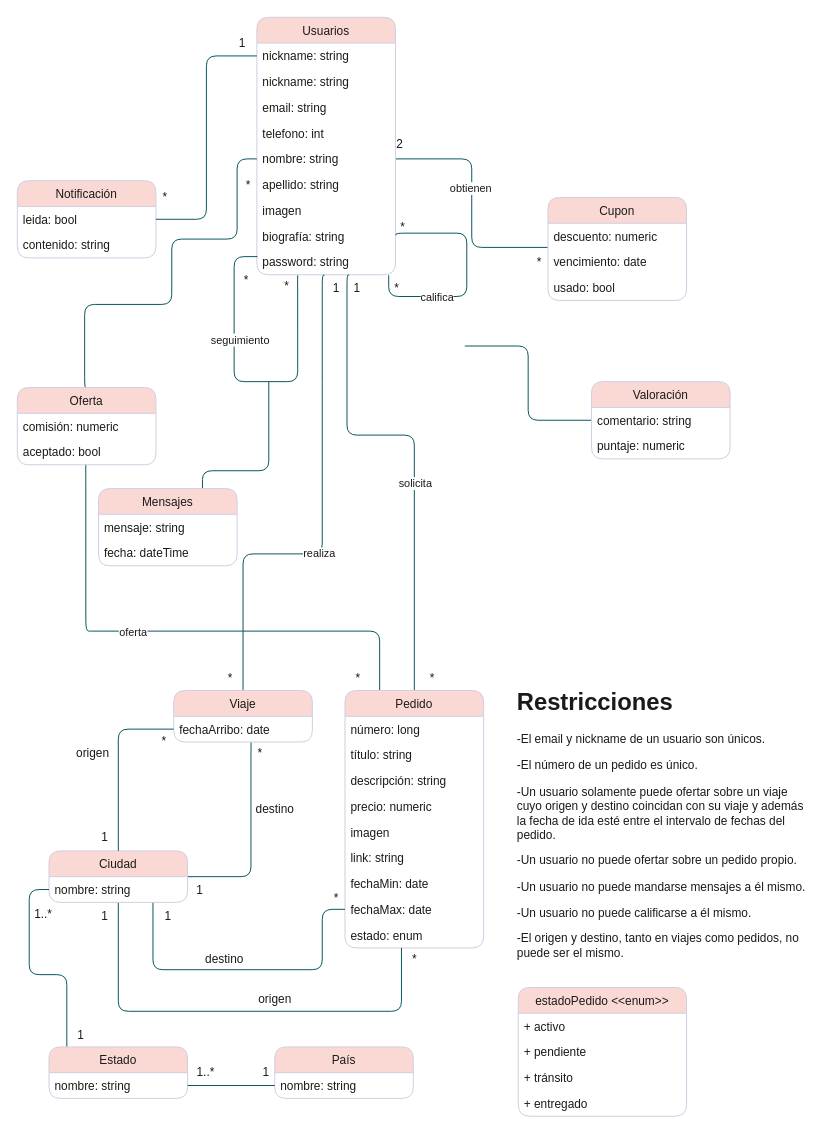
Earlier version of the draw.io diagram Analisis.drawio (CintiaLeal/TallerPHP). Source tidied: cells renumbered, new cells numbered last; positions are measured from the earlier drawing's top-left corner, leaving out a move shared by most shapes. Both pictures are drawn from the tidied source at 99%, with x=0, y=0 at pixel (17, 17).
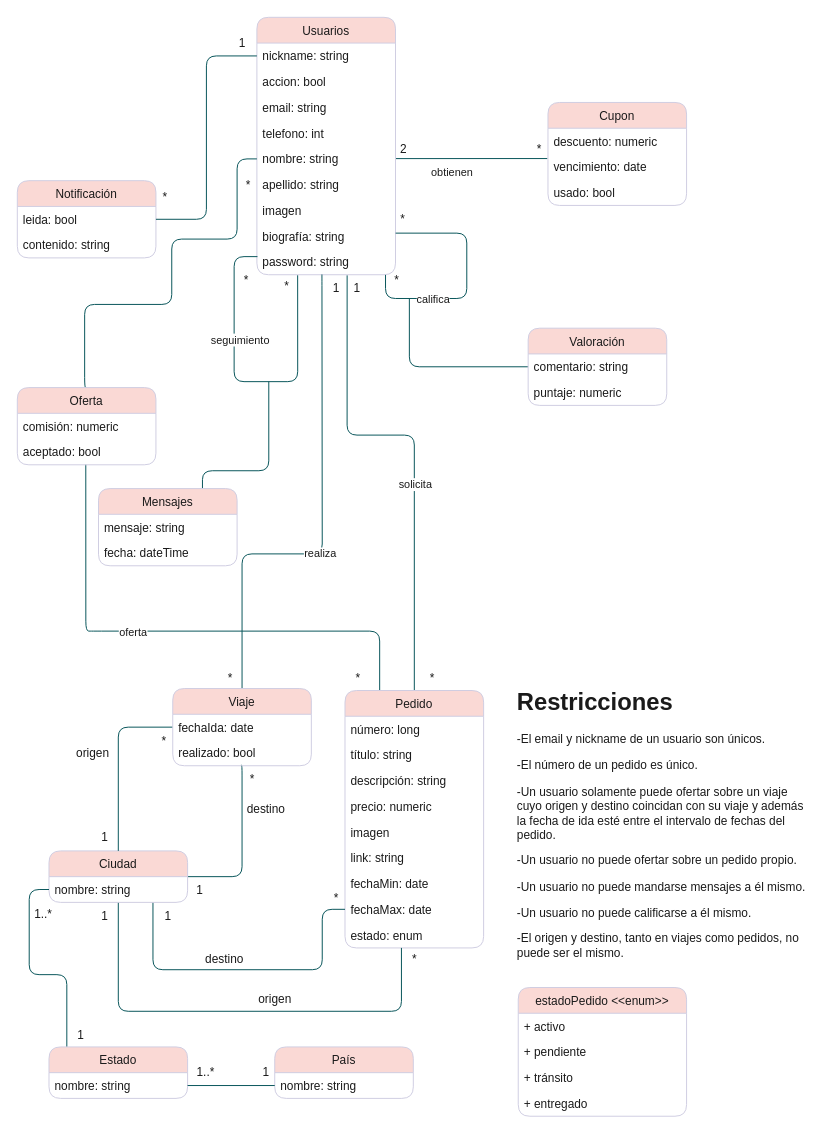
Above is the later version.

Commit message (it also covers changes not shown here):
modelo de dominio

The change refers to these unchanged cells:
```xml
<mxCell id="5" value="Usuarios" style="swimlane;fontStyle=0;horizontal=1;startSize=26;fillColor=#FAD9D5;fontColor=#1A1A1A;strokeColor=#D0CEE2;rounded=1;" parent="1" vertex="1">
  <mxGeometry x="242" width="140" height="260" as="geometry" />
</mxCell>
<mxCell id="10" value="nombre: string" style="text;strokeColor=none;fillColor=none;align=left;verticalAlign=top;spacingLeft=4;spacingRight=4;overflow=hidden;points=[[0,0.5],[1,0.5]];portConstraint=eastwest;fontColor=#1A1A1A;rounded=1;" parent="5" vertex="1">
  <mxGeometry y="130" width="140" height="26" as="geometry" />
</mxCell>
<mxCell id="13" value="biografía: string" style="text;strokeColor=none;fillColor=none;align=left;verticalAlign=top;spacingLeft=4;spacingRight=4;overflow=hidden;points=[[0,0.5],[1,0.5]];portConstraint=eastwest;fontColor=#1A1A1A;rounded=1;" parent="5" vertex="1">
  <mxGeometry y="208" width="140" height="26" as="geometry" />
</mxCell>
<mxCell id="14" value="password: string" style="text;strokeColor=none;fillColor=none;align=left;verticalAlign=top;spacingLeft=4;spacingRight=4;overflow=hidden;points=[[0,0.5],[1,0.5]];portConstraint=eastwest;fontColor=#1A1A1A;rounded=1;" parent="5" vertex="1">
  <mxGeometry y="234" width="140" height="26" as="geometry" />
</mxCell>
<mxCell id="25" value="Pedido" style="swimlane;fontStyle=0;horizontal=1;startSize=26;fillColor=#FAD9D5;fontColor=#1A1A1A;strokeColor=#D0CEE2;rounded=1;" parent="1" vertex="1">
  <mxGeometry x="331" y="680" width="140" height="260" as="geometry" />
</mxCell>
<mxCell id="38" value="descuento: numeric" style="text;strokeColor=none;fillColor=none;align=left;verticalAlign=top;spacingLeft=4;spacingRight=4;overflow=hidden;points=[[0,0.5],[1,0.5]];portConstraint=eastwest;fontColor=#1A1A1A;rounded=1;" parent="37" vertex="1">
  <mxGeometry y="26" width="140" height="26" as="geometry" />
</mxCell>
<mxCell id="39" value="vencimiento: date" style="text;strokeColor=none;fillColor=none;align=left;verticalAlign=top;spacingLeft=4;spacingRight=4;overflow=hidden;points=[[0,0.5],[1,0.5]];portConstraint=eastwest;fontColor=#1A1A1A;rounded=1;" parent="37" vertex="1">
  <mxGeometry y="52" width="140" height="26" as="geometry" />
</mxCell>
<mxCell id="43" value="comentario: string" style="text;strokeColor=none;fillColor=none;align=left;verticalAlign=top;spacingLeft=4;spacingRight=4;overflow=hidden;points=[[0,0.5],[1,0.5]];portConstraint=eastwest;fontColor=#1A1A1A;rounded=1;" parent="42" vertex="1">
  <mxGeometry y="26" width="140" height="26" as="geometry" />
</mxCell>
<mxCell id="60" value="Ciudad" style="swimlane;fontStyle=0;horizontal=1;startSize=26;fillColor=#FAD9D5;fontColor=#1A1A1A;strokeColor=#D0CEE2;rounded=1;" parent="1" vertex="1">
  <mxGeometry x="32" y="842" width="140" height="52" as="geometry" />
</mxCell>
```

Change to the diagram source:
```diff
@@
-    <mxCell id="2" style="edgeStyle=orthogonalEdgeStyle;sketch=0;jettySize=auto;html=1;exitX=1;exitY=0.5;exitDx=0;exitDy=0;entryX=0;entryY=0.938;entryDx=0;entryDy=0;fontColor=#1A1A1A;strokeColor=#09555B;entryPerimeter=0;endArrow=none;endFill=0;" parent="1" edge="1" source="10" target="38">
-      <mxGeometry relative="1" as="geometry" />
+    <mxCell id="2" style="edgeStyle=orthogonalEdgeStyle;sketch=0;jettySize=auto;html=1;exitX=1;exitY=0.5;exitDx=0;exitDy=0;entryX=-0.004;entryY=0.179;entryDx=0;entryDy=0;fontColor=#1A1A1A;strokeColor=#09555B;entryPerimeter=0;endArrow=none;endFill=0;" parent="1" edge="1" source="10" target="39">
+      <mxGeometry relative="1" as="geometry">
+        <Array as="points">
+          <mxPoint x="535" y="143" />
+        </Array>
+      </mxGeometry>
     </mxCell>
     <mxCell id="3" value="obtienen" style="edgeLabel;html=1;align=center;verticalAlign=middle;fontColor=#1A1A1A;rounded=1;" parent="2" vertex="1">
       <mxGeometry x="-0.23" relative="1" as="geometry">
-        <mxPoint x="-2" y="12" as="offset" />
+        <mxPoint x="-2" y="14" as="offset" />
       </mxGeometry>
     </mxCell>
@@
-    <mxCell id="7" value="nickname: string" style="text;strokeColor=none;fillColor=none;align=left;verticalAlign=top;spacingLeft=4;spacingRight=4;overflow=hidden;fontColor=#1A1A1A;rounded=1;" parent="5" vertex="1">
+    <mxCell id="7" value="accion: bool" style="text;strokeColor=none;fillColor=none;align=left;verticalAlign=top;spacingLeft=4;spacingRight=4;overflow=hidden;fontColor=#1A1A1A;rounded=1;" parent="5" vertex="1">
       <mxGeometry y="52" width="140" height="26" as="geometry" />
     </mxCell>
@@
+    <mxCell id="17" style="edgeStyle=orthogonalEdgeStyle;curved=0;sketch=0;orthogonalLoop=1;jettySize=auto;html=1;entryX=0.004;entryY=0.297;entryDx=0;entryDy=0;fontColor=#1A1A1A;startArrow=none;startFill=0;strokeColor=#09555B;endArrow=none;endFill=0;entryPerimeter=0;exitX=0.294;exitY=1.023;exitDx=0;exitDy=0;exitPerimeter=0;" parent="5" edge="1" source="14" target="14">
+      <mxGeometry relative="1" as="geometry">
+        <Array as="points">
+          <mxPoint x="41" y="368" />
+          <mxPoint x="-23" y="368" />
+          <mxPoint x="-23" y="242" />
+        </Array>
+      </mxGeometry>
+    </mxCell>
+    <mxCell id="18" value="seguimiento" style="edgeLabel;html=1;align=center;verticalAlign=middle;fontColor=#1A1A1A;rounded=1;" parent="17" vertex="1">
+      <mxGeometry x="0.19" y="-1" relative="1" as="geometry">
+        <mxPoint x="4" y="-23" as="offset" />
+      </mxGeometry>
+    </mxCell>
-    <mxCell id="15" style="edgeStyle=orthogonalEdgeStyle;sketch=0;jettySize=auto;html=1;exitX=1.004;exitY=0.465;exitDx=0;exitDy=0;fontColor=#1A1A1A;startArrow=none;startFill=0;strokeColor=#09555B;endArrow=none;endFill=0;entryX=0.951;entryY=1.021;entryDx=0;entryDy=0;exitPerimeter=0;entryPerimeter=0;" parent="5" edge="1" source="13" target="14">
+    <mxCell id="15" style="edgeStyle=orthogonalEdgeStyle;sketch=0;jettySize=auto;html=1;fontColor=#1A1A1A;startArrow=none;startFill=0;strokeColor=#09555B;endArrow=none;endFill=0;entryX=0.928;entryY=1.009;entryDx=0;entryDy=0;entryPerimeter=0;exitX=1.001;exitY=0.384;exitDx=0;exitDy=0;exitPerimeter=0;" parent="5" edge="1" source="13" target="14">
       <mxGeometry relative="1" as="geometry">
         <Array as="points">
-          <mxPoint x="141" y="218" />
           <mxPoint x="212" y="218" />
-          <mxPoint x="212" y="282" />
-          <mxPoint x="133" y="282" />
+          <mxPoint x="212" y="284" />
+          <mxPoint x="130" y="284" />
+          <mxPoint x="130" y="260" />
         </Array>
       </mxGeometry>
     </mxCell>
@@
-    <mxCell id="17" style="edgeStyle=orthogonalEdgeStyle;curved=0;sketch=0;orthogonalLoop=1;jettySize=auto;html=1;entryX=0.004;entryY=0.297;entryDx=0;entryDy=0;fontColor=#1A1A1A;startArrow=none;startFill=0;strokeColor=#09555B;endArrow=none;endFill=0;entryPerimeter=0;exitX=0.294;exitY=1.023;exitDx=0;exitDy=0;exitPerimeter=0;" parent="5" edge="1" source="14" target="14">
-      <mxGeometry relative="1" as="geometry">
-        <Array as="points">
-          <mxPoint x="41" y="368" />
-          <mxPoint x="-23" y="368" />
-          <mxPoint x="-23" y="242" />
-        </Array>
-      </mxGeometry>
-    </mxCell>
-    <mxCell id="18" value="seguimiento" style="edgeLabel;html=1;align=center;verticalAlign=middle;fontColor=#1A1A1A;rounded=1;" parent="17" vertex="1">
-      <mxGeometry x="0.19" y="-1" relative="1" as="geometry">
-        <mxPoint x="4" y="-23" as="offset" />
-      </mxGeometry>
-    </mxCell>
@@
-    <mxCell id="21" style="edgeStyle=orthogonalEdgeStyle;sketch=0;jettySize=auto;html=1;entryX=0.5;entryY=0;entryDx=0;entryDy=0;fontColor=#1A1A1A;strokeColor=#09555B;endArrow=none;endFill=0;exitX=0.488;exitY=1.022;exitDx=0;exitDy=0;exitPerimeter=0;" parent="1" edge="1" source="14" target="35">
+    <mxCell id="21" style="edgeStyle=orthogonalEdgeStyle;sketch=0;jettySize=auto;html=1;entryX=0.5;entryY=0;entryDx=0;entryDy=0;fontColor=#1A1A1A;strokeColor=#09555B;endArrow=none;endFill=0;exitX=0.469;exitY=0.991;exitDx=0;exitDy=0;exitPerimeter=0;" parent="1" edge="1" source="14" target="35">
       <mxGeometry relative="1" as="geometry">
         <Array as="points">
-          <mxPoint x="308" y="360" />
-          <mxPoint x="308" y="360" />
+          <mxPoint x="308" y="261" />
+          <mxPoint x="308" y="261" />
           <mxPoint x="308" y="542" />
-          <mxPoint x="228" y="542" />
+          <mxPoint x="227" y="542" />
         </Array>
       </mxGeometry>
     </mxCell>
@@
-    <mxCell id="23" style="edgeStyle=orthogonalEdgeStyle;sketch=0;jettySize=auto;html=1;entryX=0.5;entryY=0;entryDx=0;entryDy=0;fontColor=#1A1A1A;strokeColor=#09555B;endArrow=none;endFill=0;exitX=0.666;exitY=1.011;exitDx=0;exitDy=0;exitPerimeter=0;" parent="1" edge="1" source="14" target="25">
+    <mxCell id="23" style="edgeStyle=orthogonalEdgeStyle;sketch=0;jettySize=auto;html=1;entryX=0.5;entryY=0;entryDx=0;entryDy=0;fontColor=#1A1A1A;strokeColor=#09555B;endArrow=none;endFill=0;exitX=0.651;exitY=1.026;exitDx=0;exitDy=0;exitPerimeter=0;" parent="1" edge="1" source="14" target="25">
       <mxGeometry relative="1" as="geometry">
         <Array as="points">
           <mxPoint x="333" y="422" />
           <mxPoint x="401" y="422" />
         </Array>
       </mxGeometry>
     </mxCell>
@@
-    <mxCell id="35" value="Viaje" style="swimlane;fontStyle=0;horizontal=1;startSize=26;fillColor=#FAD9D5;fontColor=#1A1A1A;strokeColor=#D0CEE2;rounded=1;" parent="1" vertex="1">
-      <mxGeometry x="158" y="680" width="140" height="52" as="geometry" />
-    </mxCell>
-    <mxCell id="36" value="fechaArribo: date" style="text;strokeColor=none;fillColor=none;align=left;verticalAlign=top;spacingLeft=4;spacingRight=4;overflow=hidden;points=[[0,0.5],[1,0.5]];portConstraint=eastwest;fontColor=#1A1A1A;rounded=1;" parent="35" vertex="1">
-      <mxGeometry y="26" width="140" height="26" as="geometry" />
-    </mxCell>
     <mxCell id="37" value="Cupon" style="swimlane;fontStyle=0;horizontal=1;startSize=26;fillColor=#FAD9D5;fontColor=#1A1A1A;strokeColor=#D0CEE2;rounded=1;" parent="1" vertex="1">
-      <mxGeometry x="536" y="182" width="140" height="104" as="geometry" />
+      <mxGeometry x="536" y="86" width="140" height="104" as="geometry" />
     </mxCell>
@@
     <mxCell id="41" style="edgeStyle=orthogonalEdgeStyle;sketch=0;jettySize=auto;html=1;fontColor=#1A1A1A;endArrow=none;endFill=0;exitX=0;exitY=0.5;exitDx=0;exitDy=0;strokeColor=#09555B;" parent="1" edge="1" source="43">
       <mxGeometry relative="1" as="geometry">
-        <mxPoint x="452" y="332" as="targetPoint" />
+        <mxPoint x="396" y="284" as="targetPoint" />
         <Array as="points">
-          <mxPoint x="516" y="407" />
-          <mxPoint x="516" y="332" />
+          <mxPoint x="396" y="353" />
         </Array>
       </mxGeometry>
     </mxCell>
     <mxCell id="42" value="Valoración" style="swimlane;fontStyle=0;horizontal=1;startSize=26;fillColor=#FAD9D5;fontColor=#1A1A1A;strokeColor=#D0CEE2;rounded=1;" parent="1" vertex="1">
-      <mxGeometry x="580" y="368" width="140" height="78" as="geometry" />
+      <mxGeometry x="516" y="314" width="140" height="78" as="geometry" />
     </mxCell>
@@
     <mxCell id="55" value="2" style="text;html=1;align=center;verticalAlign=middle;strokeColor=none;fontColor=#1A1A1A;rounded=1;" parent="1" vertex="1">
-      <mxGeometry x="374" y="116" width="24" height="24" as="geometry" />
+      <mxGeometry x="378" y="122" width="24" height="24" as="geometry" />
     </mxCell>
     <mxCell id="56" value="*" style="text;html=1;align=center;verticalAlign=middle;strokeColor=none;fontColor=#1A1A1A;rounded=1;" parent="1" vertex="1">
-      <mxGeometry x="518" y="236" width="18" height="24" as="geometry" />
+      <mxGeometry x="518" y="122" width="18" height="24" as="geometry" />
     </mxCell>
@@
-    <mxCell id="59" style="edgeStyle=orthogonalEdgeStyle;sketch=0;jettySize=auto;html=1;exitX=1;exitY=0.5;exitDx=0;exitDy=0;fontColor=#1A1A1A;startArrow=none;startFill=0;endArrow=none;endFill=0;strokeColor=#09555B;entryX=0.005;entryY=0.023;entryDx=0;entryDy=0;entryPerimeter=0;" parent="1" edge="1" source="60" target="67">
+    <mxCell id="59" style="edgeStyle=orthogonalEdgeStyle;sketch=0;jettySize=auto;html=1;exitX=1;exitY=0.5;exitDx=0;exitDy=0;fontColor=#1A1A1A;startArrow=none;startFill=0;endArrow=none;endFill=0;strokeColor=#09555B;entryX=0.492;entryY=0.978;entryDx=0;entryDy=0;entryPerimeter=0;" parent="1" edge="1" source="60" target="105">
       <mxGeometry relative="1" as="geometry">
         <Array as="points">
-          <mxPoint x="236" y="868" />
-          <mxPoint x="236" y="746" />
+          <mxPoint x="227" y="868" />
         </Array>
       </mxGeometry>
     </mxCell>
@@
     <mxCell id="63" value="destino" style="text;html=1;align=center;verticalAlign=middle;strokeColor=none;fontColor=#1A1A1A;rounded=1;" parent="1" vertex="1">
-      <mxGeometry x="233" y="788" width="54" height="24" as="geometry" />
+      <mxGeometry x="224" y="788" width="54" height="24" as="geometry" />
     </mxCell>
@@
     <mxCell id="67" value="*" style="text;html=1;align=center;verticalAlign=middle;points=[];strokeColor=none;fontColor=#1A1A1A;rounded=1;" parent="1" vertex="1">
-      <mxGeometry x="236" y="732" width="18" height="24" as="geometry" />
+      <mxGeometry x="228" y="758" width="18" height="24" as="geometry" />
     </mxCell>
-    <mxCell id="68" style="edgeStyle=orthogonalEdgeStyle;sketch=0;jettySize=auto;html=1;exitX=0;exitY=0.5;exitDx=0;exitDy=0;entryX=0.5;entryY=0;entryDx=0;entryDy=0;fontColor=#1A1A1A;startArrow=none;startFill=0;endArrow=none;endFill=0;strokeColor=#09555B;" parent="1" edge="1" source="36" target="60">
+    <mxCell id="68" style="edgeStyle=orthogonalEdgeStyle;sketch=0;jettySize=auto;html=1;entryX=0.5;entryY=0;entryDx=0;entryDy=0;fontColor=#1A1A1A;startArrow=none;startFill=0;endArrow=none;endFill=0;strokeColor=#09555B;exitX=0;exitY=0.5;exitDx=0;exitDy=0;" parent="1" edge="1" source="104" target="60">
       <mxGeometry relative="1" as="geometry" />
     </mxCell>
@@
-    <mxCell id="73" value="1" style="text;html=1;align=center;verticalAlign=middle;strokeColor=none;fontColor=#1A1A1A;rounded=1;" parent="1" vertex="1">
+    <mxCell id="73" value="1" style="text;html=1;align=center;verticalAlign=middle;strokeColor=none;fontColor=#1A1A1A;rounded=1;rotation=0;" parent="1" vertex="1">
       <mxGeometry x="310" y="262" width="24" height="24" as="geometry" />
     </mxCell>
@@
     <mxCell id="81" value="*" style="text;html=1;align=center;verticalAlign=middle;strokeColor=none;fontColor=#1A1A1A;rounded=1;" parent="1" vertex="1">
-      <mxGeometry x="380" y="200" width="18" height="24" as="geometry" />
+      <mxGeometry x="380" y="192" width="18" height="24" as="geometry" />
     </mxCell>
     <mxCell id="82" value="*" style="text;html=1;align=center;verticalAlign=middle;strokeColor=none;fontColor=#1A1A1A;rounded=1;" parent="1" vertex="1">
-      <mxGeometry x="374" y="262" width="18" height="24" as="geometry" />
+      <mxGeometry x="374" y="254" width="18" height="24" as="geometry" />
     </mxCell>
@@
+    <mxCell id="35" value="Viaje" style="swimlane;fontStyle=0;horizontal=1;startSize=26;fillColor=#FAD9D5;fontColor=#1A1A1A;strokeColor=#D0CEE2;rounded=1;" parent="1" vertex="1">
+      <mxGeometry x="157" y="678" width="140" height="78" as="geometry" />
+    </mxCell>
+    <mxCell id="104" value="fechaIda: date" style="text;strokeColor=none;fillColor=none;align=left;verticalAlign=top;spacingLeft=4;spacingRight=4;overflow=hidden;points=[[0,0.5],[1,0.5]];portConstraint=eastwest;fontColor=#1A1A1A;rounded=1;" parent="35" vertex="1">
+      <mxGeometry y="26" width="140" height="26" as="geometry" />
+    </mxCell>
+    <mxCell id="105" value="realizado: bool" style="text;strokeColor=none;fillColor=none;align=left;verticalAlign=top;spacingLeft=4;spacingRight=4;overflow=hidden;points=[[0,0.5],[1,0.5]];portConstraint=eastwest;fontColor=#1A1A1A;rounded=1;" parent="35" vertex="1">
+      <mxGeometry y="52" width="140" height="26" as="geometry" />
+    </mxCell>
```
